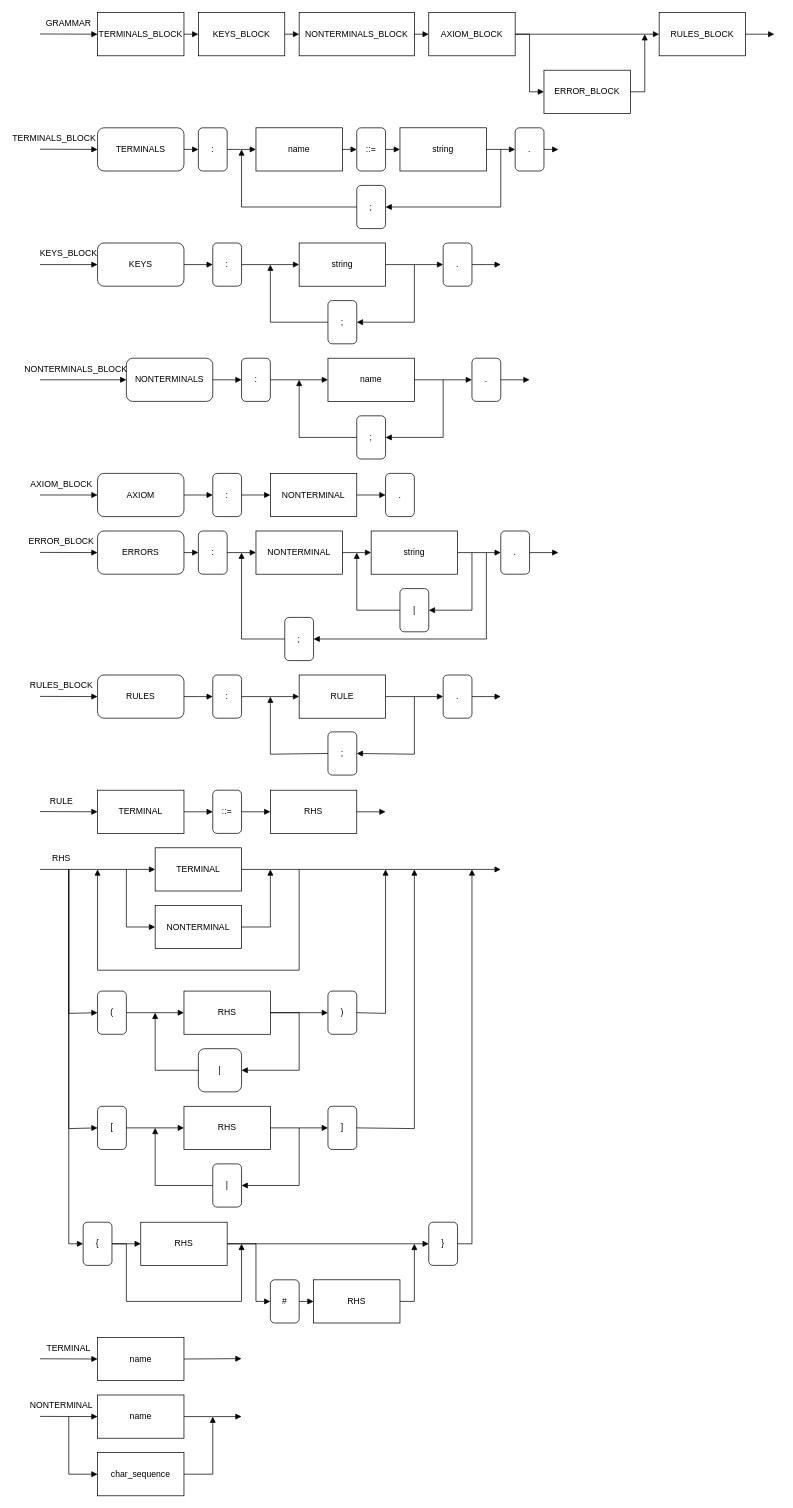
Before: _docs/raw_diagrams/grammar_description.drawio in aVorotnikov/dsl_generator, a draw.io diagram. Source tidied: cells renumbered, new cells numbered last; positions are measured from the earlier drawing's top-left corner, leaving out a move shared by most shapes. Both pictures are drawn from the tidied source at 72%, with x=0, y=0 at pixel (32, 12).
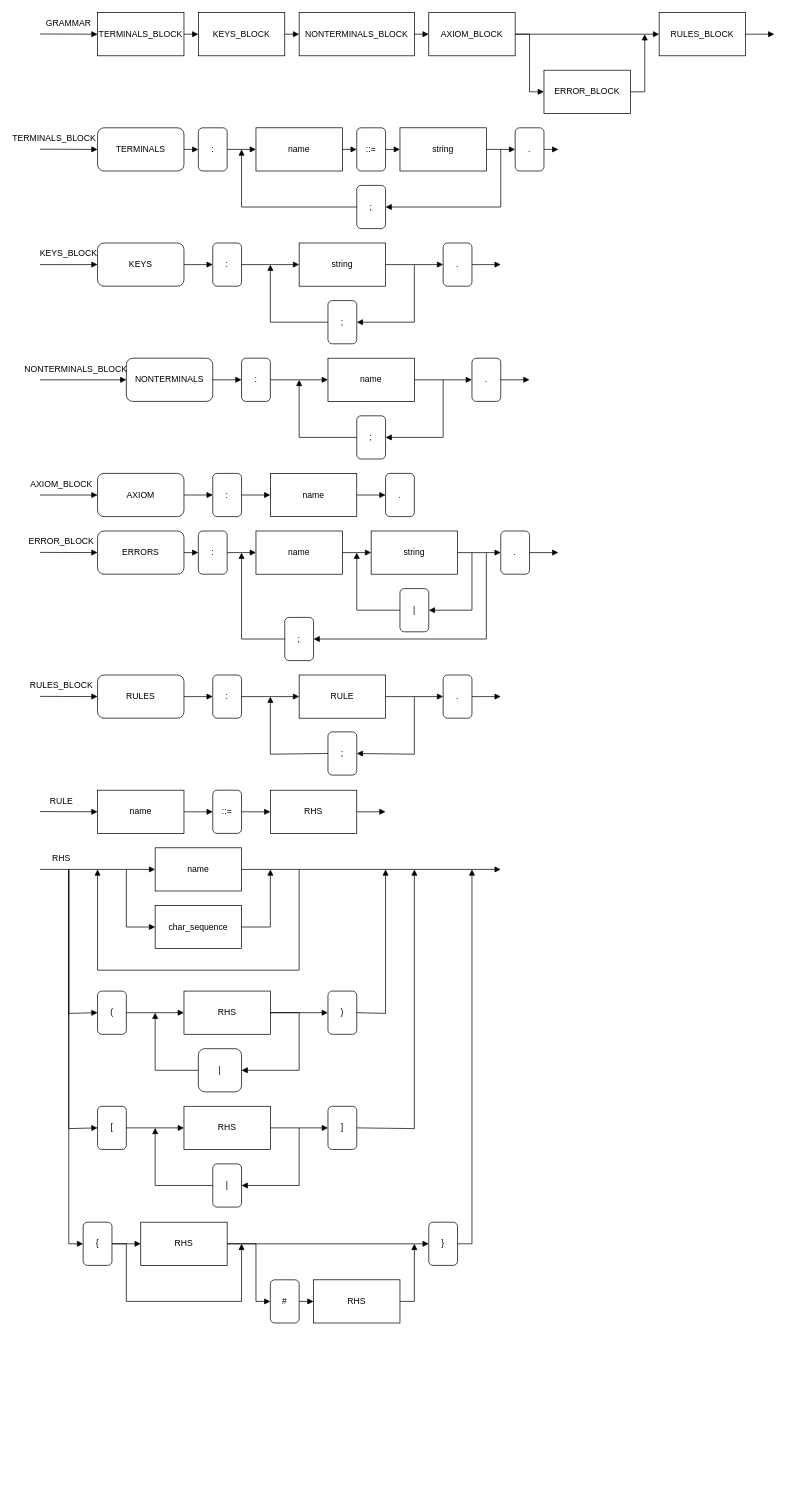
After the change.

Commit message:
Remove NONTERMINAL and TERMINALS nonterminals

Diff of the diagram source:
```diff
@@
-    <mxCell id="9" value="TERMINAL" style="rounded=0;whiteSpace=wrap;html=1;fillColor=none;" parent="1" vertex="1">
+    <mxCell id="9" value="name" style="rounded=0;whiteSpace=wrap;html=1;fillColor=none;" parent="1" vertex="1">
       <mxGeometry x="90" y="1080" width="120" height="60" as="geometry" />
     </mxCell>
@@
-    <mxCell id="17" value="TERMINAL" style="rounded=0;whiteSpace=wrap;html=1;fillColor=none;" parent="1" vertex="1">
+    <mxCell id="17" value="name" style="rounded=0;whiteSpace=wrap;html=1;fillColor=none;" parent="1" vertex="1">
       <mxGeometry x="170" y="1160" width="120" height="60" as="geometry" />
     </mxCell>
@@
-    <mxCell id="20" value="NONTERMINAL" style="rounded=0;whiteSpace=wrap;html=1;fillColor=none;" parent="1" vertex="1">
+    <mxCell id="20" value="char_sequence" style="rounded=0;whiteSpace=wrap;html=1;fillColor=none;" parent="1" vertex="1">
       <mxGeometry x="170" y="1240" width="120" height="60" as="geometry" />
     </mxCell>
@@
-    <mxCell id="56" style="endArrow=block;endFill=1;html=1;rounded=0;entryX=0;entryY=0.5;entryDx=0;entryDy=0;" parent="1" edge="1" target="58">
-      <mxGeometry relative="1" as="geometry">
-        <mxPoint x="10" y="1869.7" as="sourcePoint" />
-      </mxGeometry>
-    </mxCell>
-    <mxCell id="57" value="TERMINAL" style="text;html=1;strokeColor=none;fillColor=none;align=center;verticalAlign=middle;whiteSpace=wrap;rounded=0;" parent="1" vertex="1">
-      <mxGeometry x="20" y="1840" width="60" height="30" as="geometry" />
-    </mxCell>
-    <mxCell id="58" value="name" style="rounded=0;whiteSpace=wrap;html=1;fillColor=none;" parent="1" vertex="1">
-      <mxGeometry x="90" y="1840" width="120" height="60" as="geometry" />
-    </mxCell>
-    <mxCell id="59" style="edgeStyle=orthogonalEdgeStyle;rounded=0;jettySize=auto;html=1;endArrow=block;endFill=1;exitX=1;exitY=0.5;exitDx=0;exitDy=0;" parent="1" edge="1" source="58">
-      <mxGeometry relative="1" as="geometry">
-        <mxPoint x="290" y="1869.5" as="targetPoint" />
-      </mxGeometry>
-    </mxCell>
-    <mxCell id="60" style="endArrow=block;endFill=1;html=1;rounded=0;entryX=0;entryY=0.5;entryDx=0;entryDy=0;" parent="1" edge="1" target="62">
-      <mxGeometry relative="1" as="geometry">
-        <mxPoint x="10" y="1949.7" as="sourcePoint" />
-      </mxGeometry>
-    </mxCell>
-    <mxCell id="61" value="NONTERMINAL" style="text;html=1;strokeColor=none;fillColor=none;align=center;verticalAlign=middle;whiteSpace=wrap;rounded=0;" parent="1" vertex="1">
-      <mxGeometry x="10" y="1920" width="60" height="30" as="geometry" />
-    </mxCell>
-    <mxCell id="62" value="name" style="rounded=0;whiteSpace=wrap;html=1;fillColor=none;" parent="1" vertex="1">
-      <mxGeometry x="90" y="1920" width="120" height="60" as="geometry" />
-    </mxCell>
-    <mxCell id="63" style="edgeStyle=orthogonalEdgeStyle;rounded=0;jettySize=auto;html=1;endArrow=block;endFill=1;exitX=1;exitY=0.5;exitDx=0;exitDy=0;" parent="1" edge="1" source="62">
-      <mxGeometry relative="1" as="geometry">
-        <mxPoint x="290" y="1950" as="targetPoint" />
-      </mxGeometry>
-    </mxCell>
-    <mxCell id="64" value="char_sequence" style="rounded=0;whiteSpace=wrap;html=1;fillColor=none;" parent="1" vertex="1">
-      <mxGeometry x="90" y="2000" width="120" height="60" as="geometry" />
-    </mxCell>
-    <mxCell id="65" style="endArrow=block;endFill=1;html=1;rounded=0;entryX=0;entryY=0.5;entryDx=0;entryDy=0;" parent="1" edge="1" target="64">
-      <mxGeometry relative="1" as="geometry">
-        <mxPoint x="50" y="1950" as="sourcePoint" />
-        <Array as="points">
-          <mxPoint x="50" y="2030" />
-        </Array>
-      </mxGeometry>
-    </mxCell>
-    <mxCell id="66" style="endArrow=block;endFill=1;html=1;rounded=0;exitX=1;exitY=0.5;exitDx=0;exitDy=0;" parent="1" edge="1" source="64">
-      <mxGeometry relative="1" as="geometry">
-        <mxPoint x="250" y="1950" as="targetPoint" />
-        <Array as="points">
-          <mxPoint x="250" y="2030" />
-        </Array>
-      </mxGeometry>
-    </mxCell>
@@
-    <mxCell id="75" value="NONTERMINAL" style="rounded=0;whiteSpace=wrap;html=1;fillColor=none;" parent="1" vertex="1">
+    <mxCell id="75" value="name" style="rounded=0;whiteSpace=wrap;html=1;fillColor=none;" parent="1" vertex="1">
       <mxGeometry x="310" y="720" width="120" height="60" as="geometry" />
     </mxCell>
@@
-    <mxCell id="91" value="NONTERMINAL" style="rounded=0;whiteSpace=wrap;html=1;fillColor=none;" parent="1" vertex="1">
+    <mxCell id="91" value="name" style="rounded=0;whiteSpace=wrap;html=1;fillColor=none;" parent="1" vertex="1">
       <mxGeometry x="330" y="640" width="120" height="60" as="geometry" />
     </mxCell>
```
